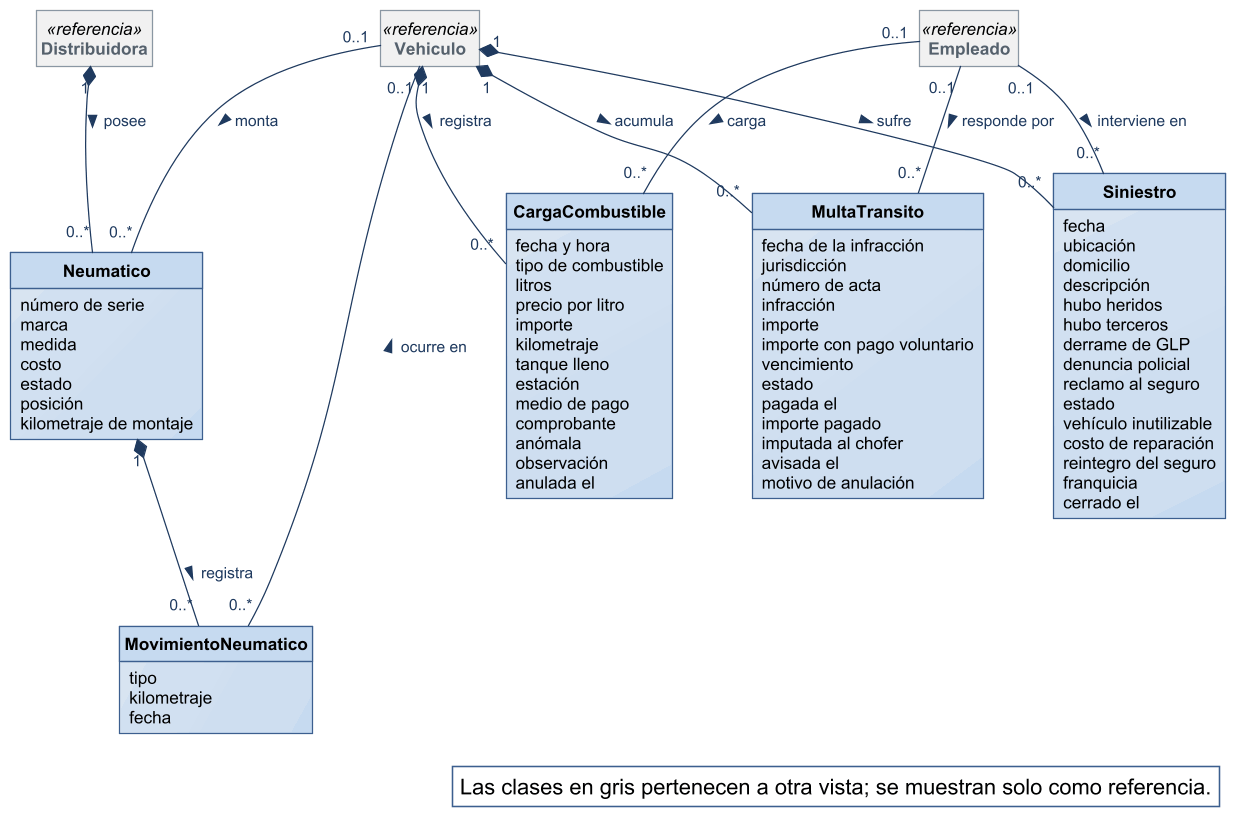
Nahuelito-Dev/splg-docs keeps this PlantUML diagram as diagramas/modelo-conceptual/MC_Gastos-de-flota.png. Above is the earlier version.
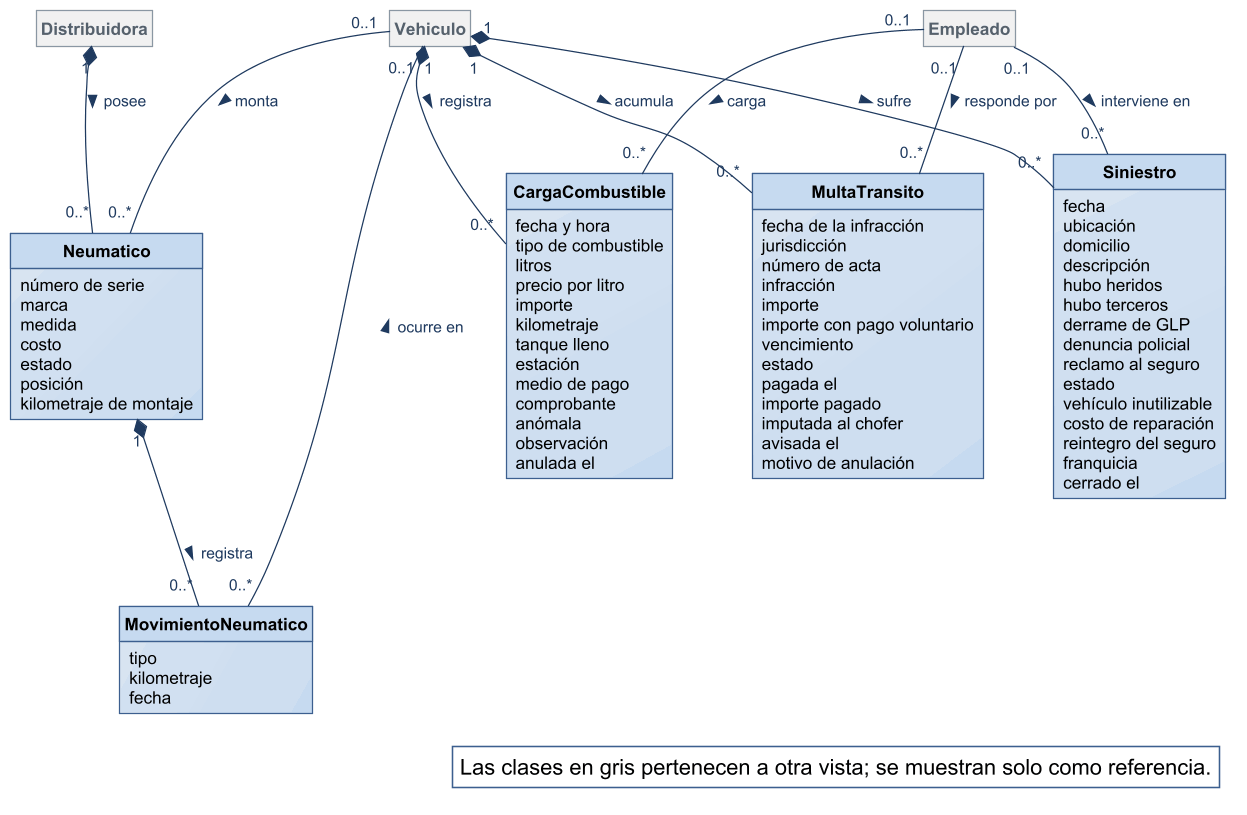
After the commit.

The edit, as a diff of the source:
```diff
@@ -2,11 +2,6 @@
 !include ../estilo-vp.iuml
 skinparam nodesep 40
 skinparam ranksep 55
-skinparam class<<referencia>> {
-  BackgroundColor #F1F1F1
-  BorderColor #8A97A3
-  FontColor #55616C
-}
 skinparam packageStyle rectangle
 hide circle
 hide methods
@@ -73,9 +68,9 @@
   kilometraje
   fecha
 }
-class Vehiculo <<referencia>>
-class Empleado <<referencia>>
-class Distribuidora <<referencia>>
+class Vehiculo #F1F1F1;line:8A97A3;text:55616C
+class Empleado #F1F1F1;line:8A97A3;text:55616C
+class Distribuidora #F1F1F1;line:8A97A3;text:55616C
 
 
 Vehiculo "1" *-- "0..*" CargaCombustible : registra >
```
